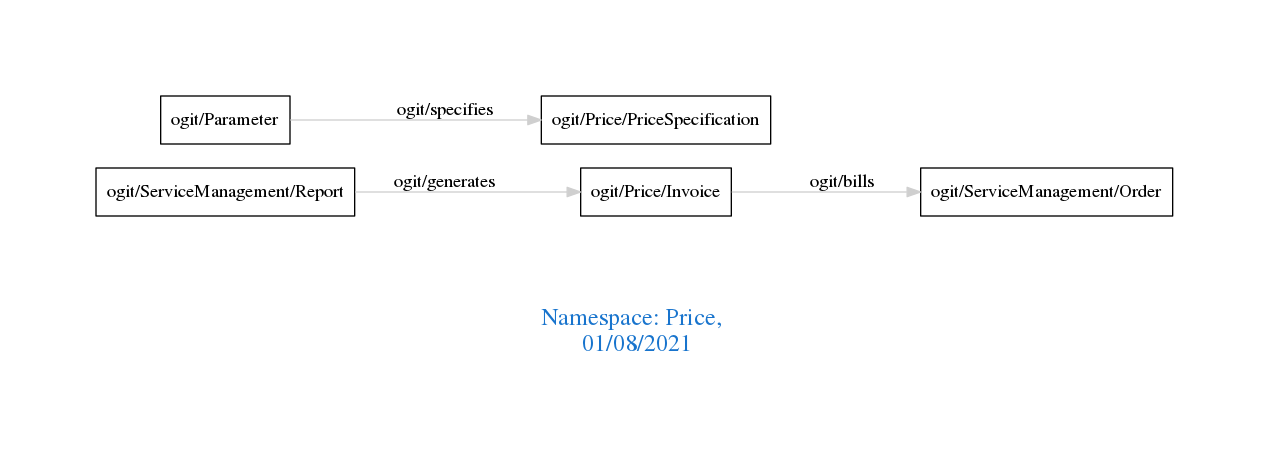
Earlier version of the Graphviz export downloads/Price.png (arago/OGIT). Its source is kept beside it as downloads/Price.dot.
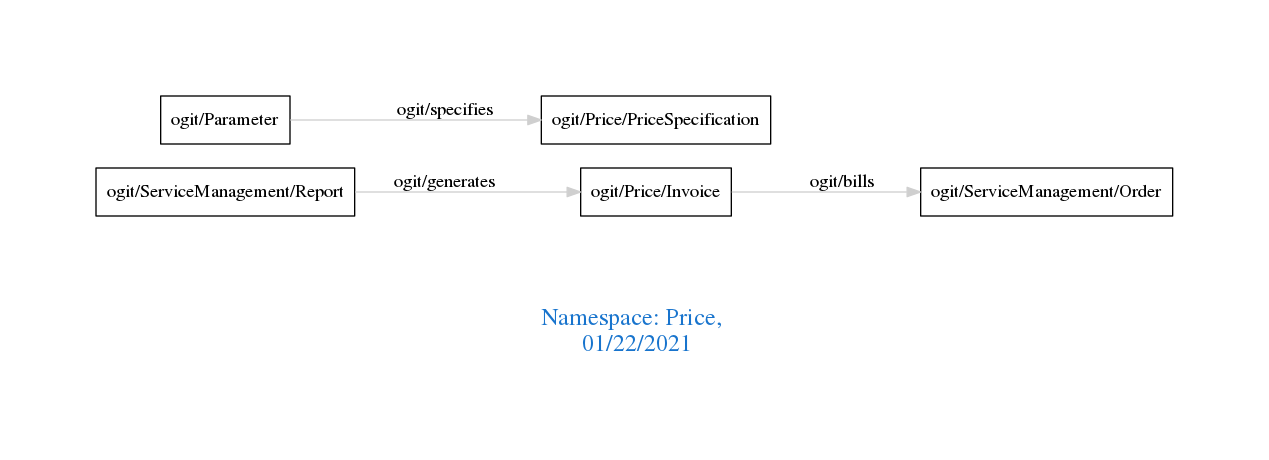
Above is the later version.

Diff of the diagram source:
```diff
@@ -1,7 +1,7 @@
 digraph OGIT_ontology {
  graph [ rankdir= LR,pad=1
 fontsize = 18,
-fontcolor= dodgerblue3,label = "\n\n\nNamespace: Price, \n 01/08/2021"];
+fontcolor= dodgerblue3,label = "\n\n\nNamespace: Price, \n 01/22/2021"];
 node[shape=polygon];
 edge [  color="gray81"];
 
```
